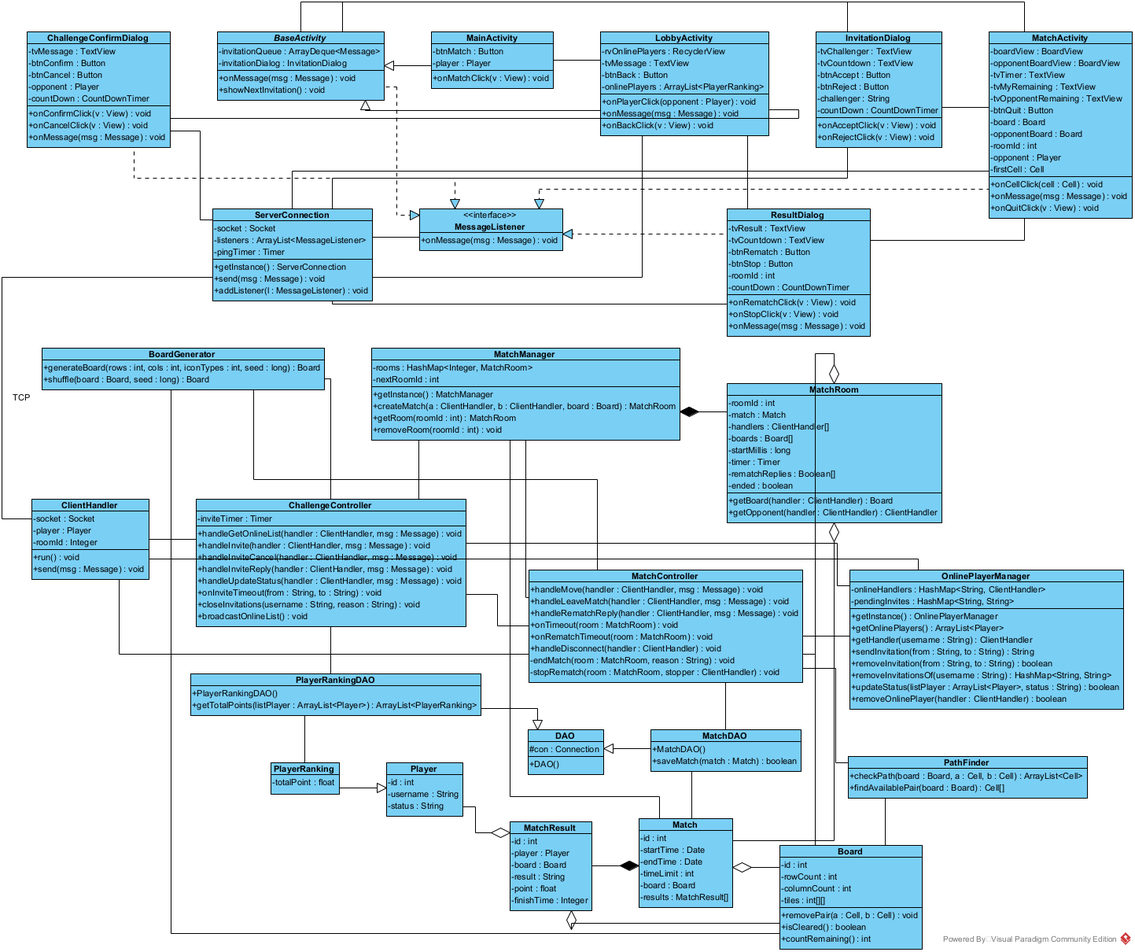
Before: docs/vp/png/class-design-m4.png, a diagram exported from PlantUML (VattenL/mobile-pikachu). Its source is kept beside it as docs/uml/pha3/class-design-m4.puml.
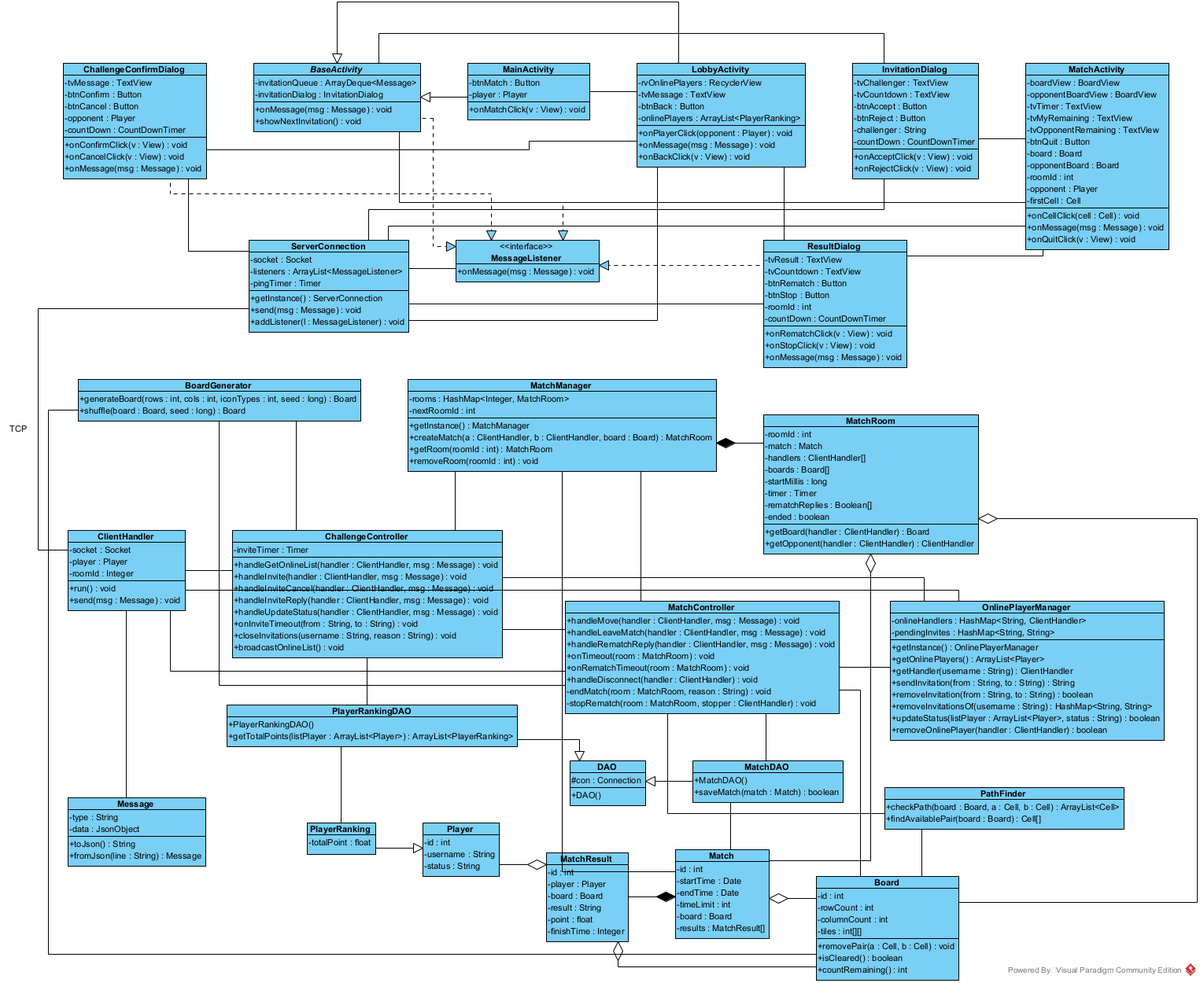
The same file after the commit.

The edit, as a diff of the source:
```diff
@@ -193,6 +193,13 @@
   + getTotalPoints(listPlayer : ArrayList<Player>) : ArrayList<PlayerRanking>
 }
 
+class Message #FFF3E0 {
+  - type : String
+  - data : JsonObject
+  + toJson() : String
+  + fromJson(line : String) : Message
+}
+
 class Player #FFF3E0 {
   - id : int
   - username : String
@@ -284,4 +291,5 @@
 Match o-down- Board
 MatchResult o-[norank]- Board
 PathFinder -[norank]- Board
+ClientHandler -[norank]- Message
 @enduml
```
